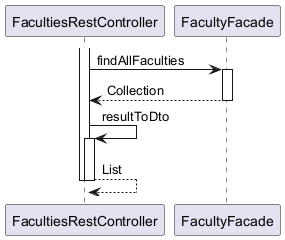
Above: ingress/documentation/html/images/Organization.Faculty.findAll.puml.png.png in OlegSopilnyak/school-demo (PlantUML), before the change.
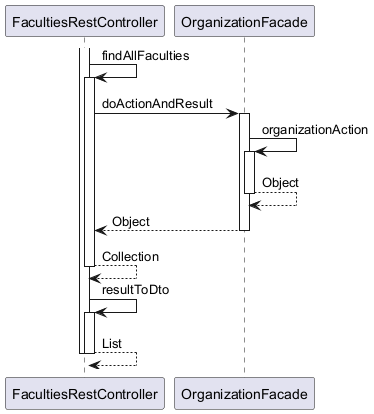
After the change.

The edit, as a diff of the source:
```diff
@@ -1,13 +1,21 @@
 @startuml
 
 participant FacultiesRestController
-participant FacultyFacade
+participant OrganizationFacade
 
 activate FacultiesRestController
-	FacultiesRestController -> FacultyFacade : findAllFaculties
-	activate FacultyFacade
-		FacultyFacade --> FacultiesRestController : Collection
-	deactivate FacultyFacade
+	FacultiesRestController -> FacultiesRestController : findAllFaculties
+	activate FacultiesRestController
+		FacultiesRestController -> OrganizationFacade : doActionAndResult
+		activate OrganizationFacade
+			OrganizationFacade -> OrganizationFacade : organizationAction
+			activate OrganizationFacade
+				OrganizationFacade --> OrganizationFacade : Object
+			deactivate OrganizationFacade
+			OrganizationFacade --> FacultiesRestController : Object
+		deactivate OrganizationFacade
+		FacultiesRestController --> FacultiesRestController : Collection
+	deactivate FacultiesRestController
 	FacultiesRestController -> FacultiesRestController : resultToDto
 	activate FacultiesRestController
 		FacultiesRestController --> FacultiesRestController : List
```
